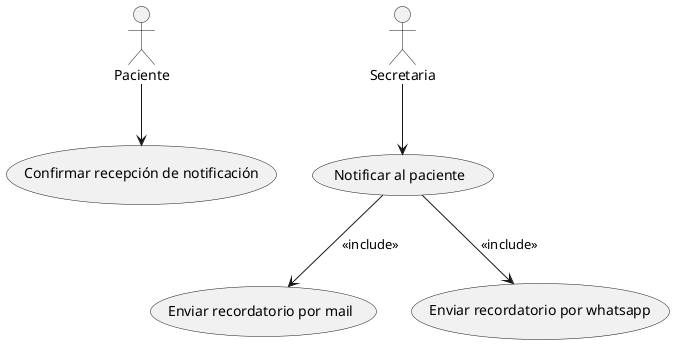
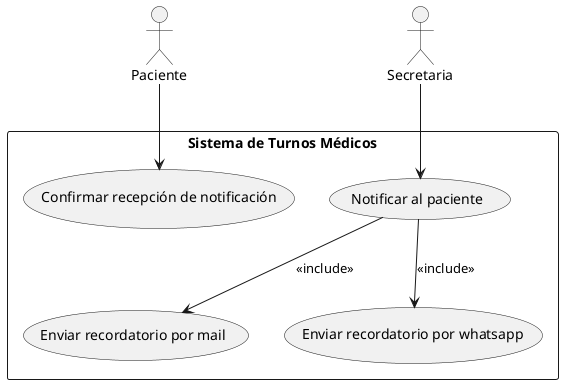
- @startuml
+ ﻿@startuml
actor Paciente
actor Secretaria

- Secretaria --> (Notificar al paciente)
- Paciente --> (Confirmar recepción de notificación)
+ rectangle "Sistema de Turnos Médicos" {
+   usecase "Notificar al paciente" as UC1
+   usecase "Confirmar recepción de notificación" as UC2
+   usecase "Enviar recordatorio por mail" as UC3
+   usecase "Enviar recordatorio por whatsapp" as UC4

- (Notificar al paciente) --> (Enviar recordatorio por mail) : <<include>>
- (Notificar al paciente) --> (Enviar recordatorio por whatsapp) : <<include>>
+   Secretaria --> (UC1)
+   Paciente --> (UC2)

- @enduml+   (UC1) --> (UC3) : <<include>>
+   (UC1) --> (UC4) : <<include>>
+ }
+ @enduml
